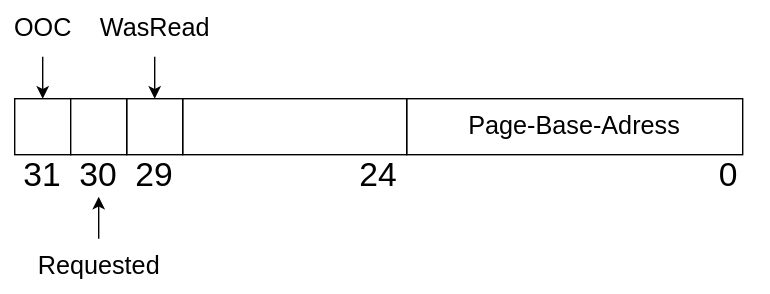
Above: presentations/out-of-core-verfahren/media/Page-describtor/page-desc-05.svg in MariusReddig/presentations (draw.io), before the change. Source tidied: cells renumbered, new cells last; positions are measured from the earlier drawing's top-left corner, leaving out a move shared by most shapes. Source of this version:
```xml
<mxGraphModel>
  <root>
    <mxCell id="0" />
    <mxCell id="1" parent="0" />
    <mxCell id="2" value="&lt;font style=&quot;font-size: 18px;&quot;&gt;Page-Base-Adress&lt;/font&gt;" style="rounded=0;whiteSpace=wrap;html=1;" parent="1" vertex="1">
      <mxGeometry x="290" y="70" width="240" height="40" as="geometry" />
    </mxCell>
    <mxCell id="3" style="rounded=0;whiteSpace=wrap;html=1;" parent="1" vertex="1">
      <mxGeometry x="130" y="70" width="160" height="40" as="geometry" />
    </mxCell>
    <mxCell id="4" style="rounded=0;whiteSpace=wrap;html=1;" parent="1" vertex="1">
      <mxGeometry x="90" y="70" width="40" height="40" as="geometry" />
    </mxCell>
    <mxCell id="5" style="rounded=0;whiteSpace=wrap;html=1;" parent="1" vertex="1">
      <mxGeometry x="10" y="70" width="40" height="40" as="geometry" />
    </mxCell>
    <mxCell id="6" style="rounded=0;whiteSpace=wrap;html=1;" parent="1" vertex="1">
      <mxGeometry x="50" y="70" width="40" height="40" as="geometry" />
    </mxCell>
    <mxCell id="7" value="&lt;font style=&quot;font-size: 24px;&quot;&gt;0&lt;/font&gt;" style="text;html=1;align=center;verticalAlign=middle;whiteSpace=wrap;rounded=0;" parent="1" vertex="1">
      <mxGeometry x="490" y="110" width="60" height="30" as="geometry" />
    </mxCell>
    <mxCell id="8" value="&lt;font style=&quot;font-size: 24px;&quot;&gt;24&lt;/font&gt;" style="text;html=1;align=center;verticalAlign=middle;whiteSpace=wrap;rounded=0;" parent="1" vertex="1">
      <mxGeometry x="240" y="110" width="60" height="30" as="geometry" />
    </mxCell>
    <mxCell id="9" value="&lt;font style=&quot;font-size: 24px;&quot;&gt;29&lt;/font&gt;" style="text;html=1;align=center;verticalAlign=middle;whiteSpace=wrap;rounded=0;" parent="1" vertex="1">
      <mxGeometry x="80" y="110" width="60" height="30" as="geometry" />
    </mxCell>
    <mxCell id="10" value="&lt;font style=&quot;font-size: 24px;&quot;&gt;30&lt;/font&gt;" style="text;html=1;align=center;verticalAlign=middle;whiteSpace=wrap;rounded=0;" parent="1" vertex="1">
      <mxGeometry x="40" y="110" width="60" height="30" as="geometry" />
    </mxCell>
    <mxCell id="11" value="&lt;div&gt;&lt;font style=&quot;font-size: 24px;&quot;&gt;31&lt;/font&gt;&lt;/div&gt;" style="text;html=1;align=center;verticalAlign=middle;whiteSpace=wrap;rounded=0;" parent="1" vertex="1">
      <mxGeometry y="110" width="60" height="30" as="geometry" />
    </mxCell>
    <mxCell id="12" style="edgeStyle=orthogonalEdgeStyle;rounded=0;jettySize=auto;html=1;entryX=0.5;entryY=0;entryDx=0;entryDy=0;" parent="1" edge="1" source="13" target="4">
      <mxGeometry relative="1" as="geometry" />
    </mxCell>
    <mxCell id="13" value="&lt;font style=&quot;font-size: 18px;&quot;&gt;WasRead&lt;/font&gt;" style="text;html=1;align=center;verticalAlign=middle;points=[];strokeColor=none;fillColor=none;" parent="1" vertex="1">
      <mxGeometry x="60" width="100" height="40" as="geometry" />
    </mxCell>
    <mxCell id="14" style="edgeStyle=orthogonalEdgeStyle;rounded=0;jettySize=auto;html=1;entryX=0.5;entryY=1;entryDx=0;entryDy=0;" parent="1" edge="1" source="15" target="10">
      <mxGeometry relative="1" as="geometry" />
    </mxCell>
    <mxCell id="15" value="&lt;font style=&quot;font-size: 18px;&quot;&gt;Requested&lt;/font&gt;" style="text;html=1;align=center;verticalAlign=middle;points=[];strokeColor=none;fillColor=none;" parent="1" vertex="1">
      <mxGeometry x="10" y="170" width="120" height="40" as="geometry" />
    </mxCell>
    <mxCell id="16" style="edgeStyle=orthogonalEdgeStyle;rounded=0;jettySize=auto;html=1;entryX=0.5;entryY=0;entryDx=0;entryDy=0;" parent="1" edge="1" source="17" target="5">
      <mxGeometry relative="1" as="geometry" />
    </mxCell>
    <mxCell id="17" value="&lt;font style=&quot;font-size: 18px;&quot;&gt;OOC&lt;/font&gt;" style="text;html=1;align=center;verticalAlign=middle;points=[];strokeColor=none;fillColor=none;" parent="1" vertex="1">
      <mxGeometry width="60" height="40" as="geometry" />
    </mxCell>
  </root>
</mxGraphModel>
```
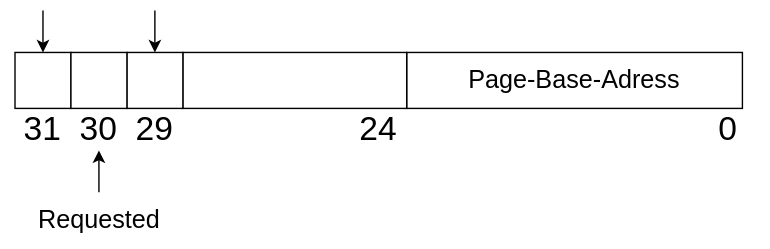
The same file after the commit.

What changed in the source:
```diff
@@ -32,23 +32,21 @@
     <mxCell id="11" value="&lt;div&gt;&lt;font style=&quot;font-size: 24px;&quot;&gt;31&lt;/font&gt;&lt;/div&gt;" style="text;html=1;align=center;verticalAlign=middle;whiteSpace=wrap;rounded=0;" parent="1" vertex="1">
       <mxGeometry y="110" width="60" height="30" as="geometry" />
     </mxCell>
-    <mxCell id="12" style="edgeStyle=orthogonalEdgeStyle;rounded=0;jettySize=auto;html=1;entryX=0.5;entryY=0;entryDx=0;entryDy=0;" parent="1" edge="1" source="13" target="4">
-      <mxGeometry relative="1" as="geometry" />
+    <mxCell id="12" style="edgeStyle=orthogonalEdgeStyle;rounded=0;jettySize=auto;html=1;entryX=0.5;entryY=0;entryDx=0;entryDy=0;" parent="1" edge="1" target="4">
+      <mxGeometry relative="1" as="geometry">
+        <mxPoint x="110" y="40" as="sourcePoint" />
+      </mxGeometry>
     </mxCell>
-    <mxCell id="13" value="&lt;font style=&quot;font-size: 18px;&quot;&gt;WasRead&lt;/font&gt;" style="text;html=1;align=center;verticalAlign=middle;points=[];strokeColor=none;fillColor=none;" parent="1" vertex="1">
-      <mxGeometry x="60" width="100" height="40" as="geometry" />
+    <mxCell id="13" style="edgeStyle=orthogonalEdgeStyle;rounded=0;jettySize=auto;html=1;entryX=0.5;entryY=1;entryDx=0;entryDy=0;" parent="1" edge="1" source="14" target="10">
+      <mxGeometry relative="1" as="geometry" />
     </mxCell>
-    <mxCell id="14" style="edgeStyle=orthogonalEdgeStyle;rounded=0;jettySize=auto;html=1;entryX=0.5;entryY=1;entryDx=0;entryDy=0;" parent="1" edge="1" source="15" target="10">
-      <mxGeometry relative="1" as="geometry" />
+    <mxCell id="14" value="&lt;font style=&quot;font-size: 18px;&quot;&gt;Requested&lt;/font&gt;" style="text;html=1;align=center;verticalAlign=middle;points=[];strokeColor=none;fillColor=none;" parent="1" vertex="1">
+      <mxGeometry x="10" y="170" width="120" height="40" as="geometry" />
     </mxCell>
-    <mxCell id="15" value="&lt;font style=&quot;font-size: 18px;&quot;&gt;Requested&lt;/font&gt;" style="text;html=1;align=center;verticalAlign=middle;points=[];strokeColor=none;fillColor=none;" parent="1" vertex="1">
-      <mxGeometry x="10" y="170" width="120" height="40" as="geometry" />
+    <mxCell id="15" style="edgeStyle=orthogonalEdgeStyle;rounded=0;jettySize=auto;html=1;entryX=0.5;entryY=0;entryDx=0;entryDy=0;" parent="1" edge="1" target="5">
+      <mxGeometry relative="1" as="geometry">
+        <mxPoint x="30" y="40" as="sourcePoint" />
+      </mxGeometry>
     </mxCell>
-    <mxCell id="16" style="edgeStyle=orthogonalEdgeStyle;rounded=0;jettySize=auto;html=1;entryX=0.5;entryY=0;entryDx=0;entryDy=0;" parent="1" edge="1" source="17" target="5">
-      <mxGeometry relative="1" as="geometry" />
-    </mxCell>
-    <mxCell id="17" value="&lt;font style=&quot;font-size: 18px;&quot;&gt;OOC&lt;/font&gt;" style="text;html=1;align=center;verticalAlign=middle;points=[];strokeColor=none;fillColor=none;" parent="1" vertex="1">
-      <mxGeometry width="60" height="40" as="geometry" />
-    </mxCell>
   </root>
 </mxGraphModel>
```
